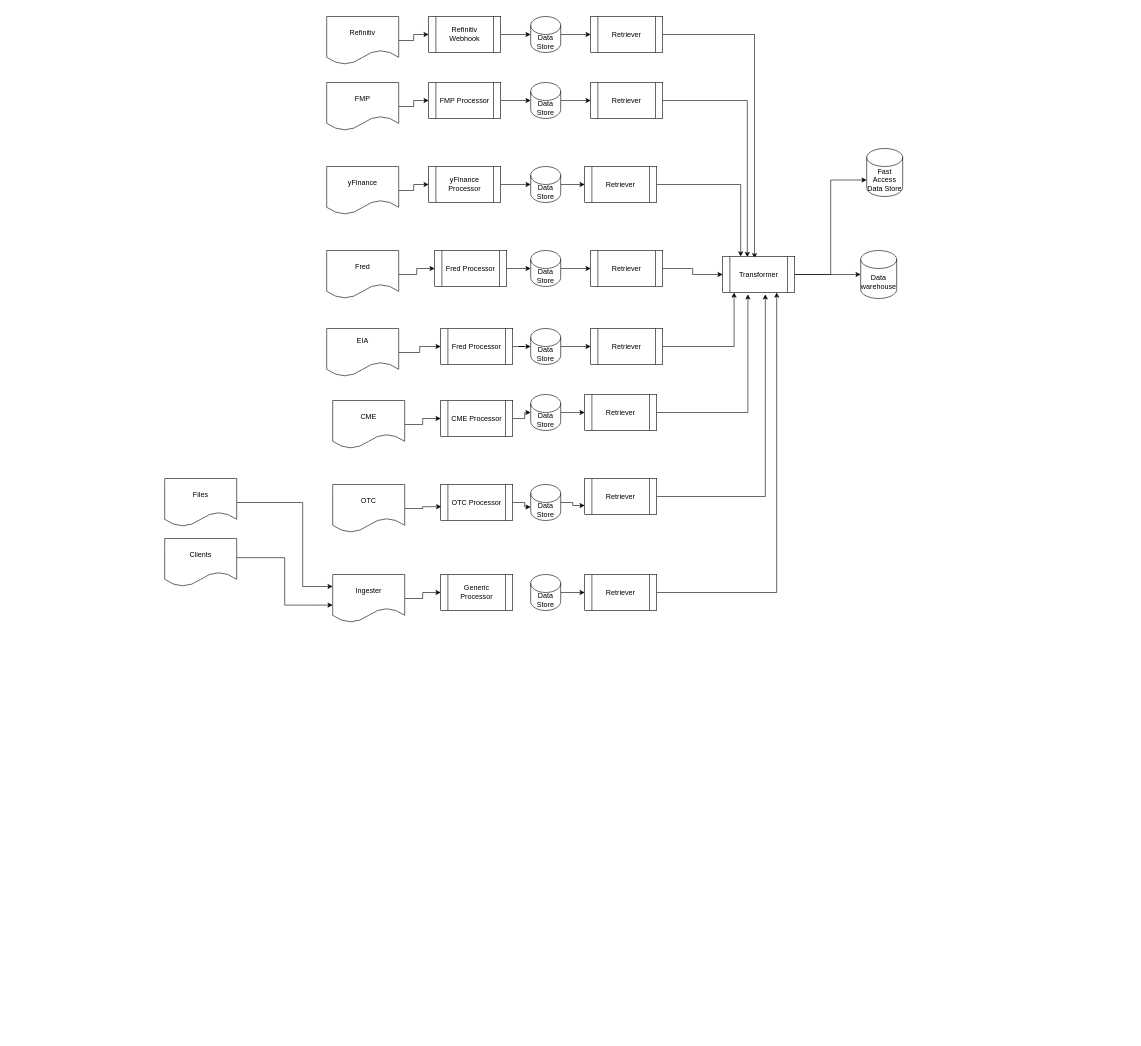
ancgate/WhereToLiveRecommender keeps this draw.io diagram as Untitled Diagram.drawio. Above is the earlier version. Source tidied: cells renumbered, new cells numbered last; positions are measured from the earlier drawing's top-left corner, leaving out a move shared by most shapes. Both pictures are drawn from the tidied source at 60%, with x=0, y=0 at pixel (164, 16).
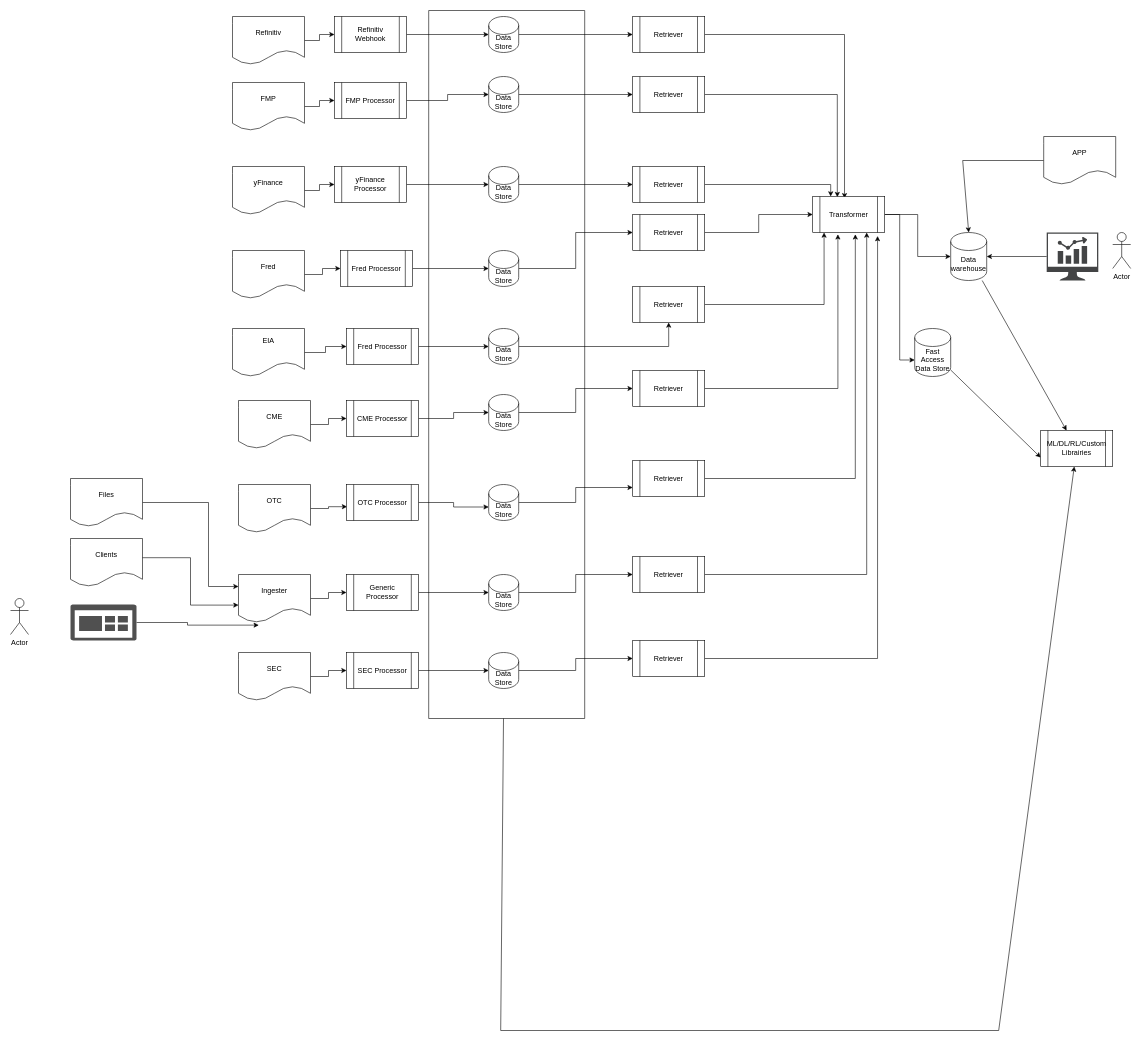
Above is the later version.

The edit, as a diff of the source:
```diff
@@
     <mxCell id="3" value="&#10;EIA&#10;&#10;" style="shape=document;whiteSpace=wrap;html=1;boundedLbl=1;" parent="1" vertex="1">
-      <mxGeometry x="270" y="520" width="120" height="80" as="geometry" />
+      <mxGeometry x="113" y="520" width="120" height="80" as="geometry" />
     </mxCell>
@@
     <mxCell id="5" value="Fred" style="shape=document;whiteSpace=wrap;html=1;boundedLbl=1;" parent="1" vertex="1">
-      <mxGeometry x="270" y="390" width="120" height="80" as="geometry" />
+      <mxGeometry x="113" y="390" width="120" height="80" as="geometry" />
     </mxCell>
@@
     <mxCell id="7" value="yFinance" style="shape=document;whiteSpace=wrap;html=1;boundedLbl=1;" parent="1" vertex="1">
-      <mxGeometry x="270" y="250" width="120" height="80" as="geometry" />
+      <mxGeometry x="113" y="250" width="120" height="80" as="geometry" />
     </mxCell>
@@
     <mxCell id="9" value="FMP" style="shape=document;whiteSpace=wrap;html=1;boundedLbl=1;" parent="1" vertex="1">
-      <mxGeometry x="270" y="110" width="120" height="80" as="geometry" />
+      <mxGeometry x="113" y="110" width="120" height="80" as="geometry" />
     </mxCell>
@@
     <mxCell id="11" value="Refinitiv" style="shape=document;whiteSpace=wrap;html=1;boundedLbl=1;" parent="1" vertex="1">
-      <mxGeometry x="270" width="120" height="80" as="geometry" />
+      <mxGeometry x="113" width="120" height="80" as="geometry" />
     </mxCell>
@@
     <mxCell id="13" value="CME" style="shape=document;whiteSpace=wrap;html=1;boundedLbl=1;" parent="1" vertex="1">
-      <mxGeometry x="280" y="640" width="120" height="80" as="geometry" />
+      <mxGeometry x="123" y="640" width="120" height="80" as="geometry" />
     </mxCell>
@@
     <mxCell id="15" value="OTC" style="shape=document;whiteSpace=wrap;html=1;boundedLbl=1;" parent="1" vertex="1">
-      <mxGeometry x="280" y="780" width="120" height="80" as="geometry" />
+      <mxGeometry x="123" y="780" width="120" height="80" as="geometry" />
     </mxCell>
@@
     <mxCell id="17" value="Ingester" style="shape=document;whiteSpace=wrap;html=1;boundedLbl=1;" parent="1" vertex="1">
-      <mxGeometry x="280" y="930" width="120" height="80" as="geometry" />
+      <mxGeometry x="123" y="930" width="120" height="80" as="geometry" />
     </mxCell>
@@
     <mxCell id="19" value="Refinitiv Webhook" style="shape=process;whiteSpace=wrap;html=1;backgroundOutline=1;" parent="1" vertex="1">
-      <mxGeometry x="440" width="120" height="60" as="geometry" />
+      <mxGeometry x="283" width="120" height="60" as="geometry" />
     </mxCell>
@@
     <mxCell id="21" value="FMP Processor" style="shape=process;whiteSpace=wrap;html=1;backgroundOutline=1;" parent="1" vertex="1">
-      <mxGeometry x="440" y="110" width="120" height="60" as="geometry" />
+      <mxGeometry x="283" y="110" width="120" height="60" as="geometry" />
     </mxCell>
@@
     <mxCell id="23" value="yFinance Processor" style="shape=process;whiteSpace=wrap;html=1;backgroundOutline=1;" parent="1" vertex="1">
-      <mxGeometry x="440" y="250" width="120" height="60" as="geometry" />
+      <mxGeometry x="283" y="250" width="120" height="60" as="geometry" />
     </mxCell>
@@
     <mxCell id="25" value="Fred Processor" style="shape=process;whiteSpace=wrap;html=1;backgroundOutline=1;" parent="1" vertex="1">
-      <mxGeometry x="450" y="390" width="120" height="60" as="geometry" />
+      <mxGeometry x="293" y="390" width="120" height="60" as="geometry" />
     </mxCell>
@@
     <mxCell id="27" value="OTC Processor" style="shape=process;whiteSpace=wrap;html=1;backgroundOutline=1;" parent="1" vertex="1">
-      <mxGeometry x="460" y="780" width="120" height="60" as="geometry" />
+      <mxGeometry x="303" y="780" width="120" height="60" as="geometry" />
     </mxCell>
@@
     <mxCell id="29" value="CME Processor" style="shape=process;whiteSpace=wrap;html=1;backgroundOutline=1;" parent="1" vertex="1">
-      <mxGeometry x="460" y="640" width="120" height="60" as="geometry" />
+      <mxGeometry x="303" y="640" width="120" height="60" as="geometry" />
     </mxCell>
@@
     <mxCell id="31" value="Fred Processor" style="shape=process;whiteSpace=wrap;html=1;backgroundOutline=1;" parent="1" vertex="1">
-      <mxGeometry x="460" y="520" width="120" height="60" as="geometry" />
+      <mxGeometry x="303" y="520" width="120" height="60" as="geometry" />
     </mxCell>
+    <mxCell id="74" style="edgeStyle=orthogonalEdgeStyle;rounded=0;jettySize=auto;html=1;" parent="1" edge="1" source="32" target="36">
+      <mxGeometry relative="1" as="geometry" />
+    </mxCell>
     <mxCell id="32" value="Generic Processor" style="shape=process;whiteSpace=wrap;html=1;backgroundOutline=1;" parent="1" vertex="1">
-      <mxGeometry x="460" y="930" width="120" height="60" as="geometry" />
+      <mxGeometry x="303" y="930" width="120" height="60" as="geometry" />
     </mxCell>
@@
     <mxCell id="34" value="Data Store" style="shape=cylinder3;whiteSpace=wrap;html=1;boundedLbl=1;backgroundOutline=1;size=15;" parent="1" vertex="1">
-      <mxGeometry x="610" y="780" width="50" height="60" as="geometry" />
+      <mxGeometry x="540" y="780" width="50" height="60" as="geometry" />
     </mxCell>
@@
     <mxCell id="36" value="Data Store" style="shape=cylinder3;whiteSpace=wrap;html=1;boundedLbl=1;backgroundOutline=1;size=15;" parent="1" vertex="1">
-      <mxGeometry x="610" y="930" width="50" height="60" as="geometry" />
+      <mxGeometry x="540" y="930" width="50" height="60" as="geometry" />
     </mxCell>
@@
     <mxCell id="38" value="Data Store" style="shape=cylinder3;whiteSpace=wrap;html=1;boundedLbl=1;backgroundOutline=1;size=15;" parent="1" vertex="1">
-      <mxGeometry x="610" y="630" width="50" height="60" as="geometry" />
+      <mxGeometry x="540" y="630" width="50" height="60" as="geometry" />
     </mxCell>
@@
     <mxCell id="40" value="Data Store" style="shape=cylinder3;whiteSpace=wrap;html=1;boundedLbl=1;backgroundOutline=1;size=15;" parent="1" vertex="1">
-      <mxGeometry x="610" y="520" width="50" height="60" as="geometry" />
+      <mxGeometry x="540" y="520" width="50" height="60" as="geometry" />
     </mxCell>
@@
     <mxCell id="42" value="Data Store" style="shape=cylinder3;whiteSpace=wrap;html=1;boundedLbl=1;backgroundOutline=1;size=15;" parent="1" vertex="1">
-      <mxGeometry x="610" width="50" height="60" as="geometry" />
+      <mxGeometry x="540" width="50" height="60" as="geometry" />
     </mxCell>
@@
     <mxCell id="44" value="Data Store" style="shape=cylinder3;whiteSpace=wrap;html=1;boundedLbl=1;backgroundOutline=1;size=15;" parent="1" vertex="1">
-      <mxGeometry x="610" y="390" width="50" height="60" as="geometry" />
+      <mxGeometry x="540" y="390" width="50" height="60" as="geometry" />
     </mxCell>
@@
     <mxCell id="46" value="Data Store" style="shape=cylinder3;whiteSpace=wrap;html=1;boundedLbl=1;backgroundOutline=1;size=15;" parent="1" vertex="1">
-      <mxGeometry x="610" y="110" width="50" height="60" as="geometry" />
+      <mxGeometry x="540" y="100" width="50" height="60" as="geometry" />
     </mxCell>
@@
     <mxCell id="48" value="Data Store" style="shape=cylinder3;whiteSpace=wrap;html=1;boundedLbl=1;backgroundOutline=1;size=15;" parent="1" vertex="1">
-      <mxGeometry x="610" y="250" width="50" height="60" as="geometry" />
+      <mxGeometry x="540" y="250" width="50" height="60" as="geometry" />
     </mxCell>
@@
     <mxCell id="50" value="Retriever" style="shape=process;whiteSpace=wrap;html=1;backgroundOutline=1;" parent="1" vertex="1">
-      <mxGeometry x="710" width="120" height="60" as="geometry" />
+      <mxGeometry x="780" width="120" height="60" as="geometry" />
     </mxCell>
@@
     <mxCell id="52" value="Retriever" style="shape=process;whiteSpace=wrap;html=1;backgroundOutline=1;" parent="1" vertex="1">
-      <mxGeometry x="710" y="110" width="120" height="60" as="geometry" />
+      <mxGeometry x="780" y="100" width="120" height="60" as="geometry" />
     </mxCell>
@@
     <mxCell id="54" value="Retriever" style="shape=process;whiteSpace=wrap;html=1;backgroundOutline=1;" parent="1" vertex="1">
-      <mxGeometry x="700" y="250" width="120" height="60" as="geometry" />
+      <mxGeometry x="780" y="250" width="120" height="60" as="geometry" />
     </mxCell>
@@
     <mxCell id="56" value="Retriever" style="shape=process;whiteSpace=wrap;html=1;backgroundOutline=1;" parent="1" vertex="1">
-      <mxGeometry x="710" y="390" width="120" height="60" as="geometry" />
+      <mxGeometry x="780" y="330" width="120" height="60" as="geometry" />
     </mxCell>
@@
     <mxCell id="58" value="Retriever" style="shape=process;whiteSpace=wrap;html=1;backgroundOutline=1;" parent="1" vertex="1">
-      <mxGeometry x="710" y="520" width="120" height="60" as="geometry" />
+      <mxGeometry x="780" y="450" width="120" height="60" as="geometry" />
     </mxCell>
@@
     <mxCell id="60" value="Retriever" style="shape=process;whiteSpace=wrap;html=1;backgroundOutline=1;" parent="1" vertex="1">
-      <mxGeometry x="700" y="630" width="120" height="60" as="geometry" />
+      <mxGeometry x="780" y="590" width="120" height="60" as="geometry" />
     </mxCell>
@@
     <mxCell id="62" value="Retriever" style="shape=process;whiteSpace=wrap;html=1;backgroundOutline=1;" parent="1" vertex="1">
-      <mxGeometry x="700" y="770" width="120" height="60" as="geometry" />
+      <mxGeometry x="780" y="740" width="120" height="60" as="geometry" />
     </mxCell>
@@
     <mxCell id="64" value="Retriever" style="shape=process;whiteSpace=wrap;html=1;backgroundOutline=1;" parent="1" vertex="1">
-      <mxGeometry x="700" y="930" width="120" height="60" as="geometry" />
+      <mxGeometry x="780" y="900" width="120" height="60" as="geometry" />
     </mxCell>
@@
     <mxCell id="67" value="Transformer" style="shape=process;whiteSpace=wrap;html=1;backgroundOutline=1;" parent="1" vertex="1">
-      <mxGeometry x="930" y="400" width="120" height="60" as="geometry" />
+      <mxGeometry x="1080" y="300" width="120" height="60" as="geometry" />
     </mxCell>
+    <mxCell id="75" style="edgeStyle=none;rounded=0;jettySize=auto;html=1;entryX=0;entryY=0.75;entryDx=0;entryDy=0;" parent="1" edge="1" source="68" target="91">
+      <mxGeometry relative="1" as="geometry" />
+    </mxCell>
     <mxCell id="68" value="Fast Access Data Store" style="shape=cylinder3;whiteSpace=wrap;html=1;boundedLbl=1;backgroundOutline=1;size=15;" parent="1" vertex="1">
-      <mxGeometry x="1170" y="220" width="60" height="80" as="geometry" />
+      <mxGeometry x="1250" y="520" width="60" height="80" as="geometry" />
     </mxCell>
+    <mxCell id="76" style="edgeStyle=none;rounded=0;jettySize=auto;html=1;" parent="1" edge="1" source="69" target="91">
+      <mxGeometry relative="1" as="geometry" />
+    </mxCell>
     <mxCell id="69" value="Data warehouse" style="shape=cylinder3;whiteSpace=wrap;html=1;boundedLbl=1;backgroundOutline=1;size=15;" parent="1" vertex="1">
-      <mxGeometry x="1160" y="390" width="60" height="80" as="geometry" />
+      <mxGeometry x="1310" y="360" width="60" height="80" as="geometry" />
     </mxCell>
     <mxCell id="70" style="edgeStyle=orthogonalEdgeStyle;rounded=0;jettySize=auto;html=1;entryX=0;entryY=0.25;entryDx=0;entryDy=0;" parent="1" edge="1" source="71" target="17">
       <mxGeometry relative="1" as="geometry">
         <Array as="points">
-          <mxPoint x="230" y="810" />
-          <mxPoint x="230" y="950" />
+          <mxPoint x="73" y="810" />
+          <mxPoint x="73" y="950" />
         </Array>
       </mxGeometry>
     </mxCell>
     <mxCell id="71" value="Files" style="shape=document;whiteSpace=wrap;html=1;boundedLbl=1;" parent="1" vertex="1">
-      <mxGeometry y="770" width="120" height="80" as="geometry" />
+      <mxGeometry x="-157" y="770" width="120" height="80" as="geometry" />
     </mxCell>
@@
     <mxCell id="73" value="Clients" style="shape=document;whiteSpace=wrap;html=1;boundedLbl=1;" parent="1" vertex="1">
-      <mxGeometry y="870" width="120" height="80" as="geometry" />
+      <mxGeometry x="-157" y="870" width="120" height="80" as="geometry" />
     </mxCell>
+    <mxCell id="77" style="edgeStyle=orthogonalEdgeStyle;rounded=0;jettySize=auto;html=1;entryX=1;entryY=0.5;entryDx=0;entryDy=0;entryPerimeter=0;" parent="1" edge="1" source="78" target="69">
+      <mxGeometry relative="1" as="geometry" />
+    </mxCell>
+    <mxCell id="78" style="sketch=0;shadow=0;dashed=0;html=1;strokeColor=none;fillColor=#434445;labelPosition=center;verticalLabelPosition=bottom;verticalAlign=top;align=center;outlineConnect=0;shape=mxgraph.vvd.nsx_dashboard;" parent="1" vertex="1">
+      <mxGeometry x="1470" y="360" width="86" height="80" as="geometry" />
+    </mxCell>
+    <mxCell id="79" style="edgeStyle=orthogonalEdgeStyle;rounded=0;jettySize=auto;html=1;entryX=0;entryY=0.5;entryDx=0;entryDy=0;" parent="1" edge="1" source="80" target="82">
+      <mxGeometry relative="1" as="geometry" />
+    </mxCell>
+    <mxCell id="80" value="SEC" style="shape=document;whiteSpace=wrap;html=1;boundedLbl=1;" parent="1" vertex="1">
+      <mxGeometry x="123" y="1060" width="120" height="80" as="geometry" />
+    </mxCell>
+    <mxCell id="81" style="edgeStyle=orthogonalEdgeStyle;rounded=0;jettySize=auto;html=1;entryX=0;entryY=0.5;entryDx=0;entryDy=0;entryPerimeter=0;" parent="1" edge="1" source="82" target="84">
+      <mxGeometry relative="1" as="geometry" />
+    </mxCell>
+    <mxCell id="82" value="SEC Processor" style="shape=process;whiteSpace=wrap;html=1;backgroundOutline=1;" parent="1" vertex="1">
+      <mxGeometry x="303" y="1060" width="120" height="60" as="geometry" />
+    </mxCell>
+    <mxCell id="83" style="edgeStyle=orthogonalEdgeStyle;rounded=0;jettySize=auto;html=1;" parent="1" edge="1" source="84" target="86">
+      <mxGeometry relative="1" as="geometry" />
+    </mxCell>
+    <mxCell id="84" value="Data Store" style="shape=cylinder3;whiteSpace=wrap;html=1;boundedLbl=1;backgroundOutline=1;size=15;" parent="1" vertex="1">
+      <mxGeometry x="540" y="1060" width="50" height="60" as="geometry" />
+    </mxCell>
+    <mxCell id="85" style="edgeStyle=orthogonalEdgeStyle;rounded=0;jettySize=auto;html=1;entryX=0.901;entryY=1.098;entryDx=0;entryDy=0;entryPerimeter=0;" parent="1" edge="1" source="86" target="67">
+      <mxGeometry relative="1" as="geometry" />
+    </mxCell>
+    <mxCell id="86" value="Retriever" style="shape=process;whiteSpace=wrap;html=1;backgroundOutline=1;" parent="1" vertex="1">
+      <mxGeometry x="780" y="1040" width="120" height="60" as="geometry" />
+    </mxCell>
+    <mxCell id="87" value="Actor" style="shape=umlActor;verticalLabelPosition=bottom;verticalAlign=top;html=1;" parent="1" vertex="1">
+      <mxGeometry x="1580" y="360" width="30" height="60" as="geometry" />
+    </mxCell>
+    <mxCell id="88" style="edgeStyle=orthogonalEdgeStyle;rounded=0;jettySize=auto;html=1;entryX=0.282;entryY=1.055;entryDx=0;entryDy=0;entryPerimeter=0;" parent="1" edge="1" source="89" target="17">
+      <mxGeometry relative="1" as="geometry" />
+    </mxCell>
+    <mxCell id="89" style="sketch=0;shadow=0;dashed=0;html=1;strokeColor=none;labelPosition=center;verticalLabelPosition=bottom;verticalAlign=top;align=center;fillColor=#505050;shape=mxgraph.mscae.oms.dashboard;" parent="1" vertex="1">
+      <mxGeometry x="-157" y="980" width="110" height="60" as="geometry" />
+    </mxCell>
+    <mxCell id="90" value="Actor" style="shape=umlActor;verticalLabelPosition=bottom;verticalAlign=top;html=1;" parent="1" vertex="1">
+      <mxGeometry x="-257" y="970" width="30" height="60" as="geometry" />
+    </mxCell>
+    <mxCell id="91" value="ML/DL/RL/Custom Librairies" style="shape=process;whiteSpace=wrap;html=1;backgroundOutline=1;" parent="1" vertex="1">
+      <mxGeometry x="1460" y="690" width="120" height="60" as="geometry" />
+    </mxCell>
+    <mxCell id="92" style="edgeStyle=none;rounded=0;jettySize=auto;html=1;" parent="1" edge="1" source="93" target="91">
+      <mxGeometry relative="1" as="geometry">
+        <Array as="points">
+          <mxPoint x="560" y="1690" />
+          <mxPoint x="1390" y="1690" />
+        </Array>
+      </mxGeometry>
+    </mxCell>
+    <mxCell id="93" style="swimlane;startSize=0;" parent="1" vertex="1">
+      <mxGeometry x="440" y="-10" width="260" height="1180" as="geometry" />
+    </mxCell>
+    <mxCell id="94" style="edgeStyle=none;rounded=0;jettySize=auto;html=1;entryX=0.5;entryY=0;entryDx=0;entryDy=0;entryPerimeter=0;" parent="1" edge="1" source="95" target="69">
+      <mxGeometry relative="1" as="geometry">
+        <Array as="points">
+          <mxPoint x="1330" y="240" />
+        </Array>
+      </mxGeometry>
+    </mxCell>
+    <mxCell id="95" value="APP" style="shape=document;whiteSpace=wrap;html=1;boundedLbl=1;" parent="1" vertex="1">
+      <mxGeometry x="1465" y="200" width="120" height="80" as="geometry" />
+    </mxCell>
```
